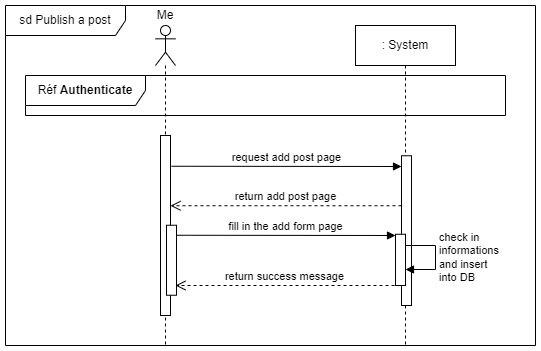
Above: UML_diagrams/Seq - Publish a post.drawio.png in David-Renard/OC-projet5 (draw.io), before the change. Source tidied: cells renumbered, new cells last; positions are measured from the earlier drawing's top-left corner, leaving out a move shared by most shapes. The source it was exported from:
```xml
<mxGraphModel>
  <root>
    <mxCell id="0" />
    <mxCell id="1" parent="0" />
    <mxCell id="2" value="sd Publish a post" style="shape=umlFrame;whiteSpace=wrap;html=1;width=120;height=30;" parent="1" vertex="1">
      <mxGeometry width="530" height="340" as="geometry" />
    </mxCell>
    <mxCell id="3" style="shape=umlLifeline;perimeter=lifelinePerimeter;whiteSpace=wrap;html=1;newEdgeStyle={&quot;edgeStyle&quot;:&quot;elbowEdgeStyle&quot;,&quot;elbow&quot;:&quot;vertical&quot;,&quot;curved&quot;:0,&quot;rounded&quot;:0};participant=umlActor;" parent="1" vertex="1">
      <mxGeometry x="150" y="20" width="20" height="320" as="geometry" />
    </mxCell>
    <mxCell id="4" style="html=1;perimeter=orthogonalPerimeter;targetShapes=umlLifeline;newEdgeStyle={&quot;edgeStyle&quot;:&quot;elbowEdgeStyle&quot;,&quot;elbow&quot;:&quot;vertical&quot;,&quot;curved&quot;:0,&quot;rounded&quot;:0};" parent="3" vertex="1">
      <mxGeometry x="5" y="110" width="10" height="180" as="geometry" />
    </mxCell>
    <mxCell id="5" value="Me" style="text;html=1;strokeColor=none;fillColor=none;align=center;verticalAlign=middle;whiteSpace=wrap;rounded=0;" parent="1" vertex="1">
      <mxGeometry x="130" width="60" height="20" as="geometry" />
    </mxCell>
    <mxCell id="6" value=": System" style="shape=umlLifeline;perimeter=lifelinePerimeter;whiteSpace=wrap;html=1;newEdgeStyle={&quot;edgeStyle&quot;:&quot;elbowEdgeStyle&quot;,&quot;elbow&quot;:&quot;vertical&quot;,&quot;curved&quot;:0,&quot;rounded&quot;:0};" parent="1" vertex="1">
      <mxGeometry x="350" y="20" width="100" height="320" as="geometry" />
    </mxCell>
    <mxCell id="7" value="fill in the add form page" style="html=1;verticalAlign=bottom;endArrow=block;edgeStyle=elbowEdgeStyle;elbow=vertical;curved=0;rounded=0;" parent="1" edge="1" target="13">
      <mxGeometry relative="1" as="geometry">
        <mxPoint x="170" y="229.8" as="sourcePoint" />
      </mxGeometry>
    </mxCell>
    <mxCell id="8" value="return add post page" style="html=1;verticalAlign=bottom;endArrow=open;dashed=1;endSize=8;edgeStyle=elbowEdgeStyle;elbow=vertical;curved=0;rounded=0;" parent="1" edge="1" source="10">
      <mxGeometry relative="1" as="geometry">
        <mxPoint x="165" y="200.2" as="targetPoint" />
        <Array as="points">
          <mxPoint x="400" y="200.2" />
        </Array>
      </mxGeometry>
    </mxCell>
    <mxCell id="9" value="request add post page" style="html=1;verticalAlign=bottom;endArrow=block;edgeStyle=elbowEdgeStyle;elbow=vertical;curved=0;rounded=0;" parent="1" edge="1" target="10">
      <mxGeometry relative="1" as="geometry">
        <mxPoint x="166" y="160.8" as="sourcePoint" />
      </mxGeometry>
    </mxCell>
    <mxCell id="10" style="html=1;points=[];perimeter=orthogonalPerimeter;outlineConnect=0;targetShapes=umlLifeline;portConstraint=eastwest;newEdgeStyle={&quot;edgeStyle&quot;:&quot;elbowEdgeStyle&quot;,&quot;elbow&quot;:&quot;vertical&quot;,&quot;curved&quot;:0,&quot;rounded&quot;:0};" parent="1" vertex="1">
      <mxGeometry x="396" y="150.2" width="10" height="149.8" as="geometry" />
    </mxCell>
    <mxCell id="11" style="html=1;perimeter=orthogonalPerimeter;targetShapes=umlLifeline;newEdgeStyle={&quot;edgeStyle&quot;:&quot;elbowEdgeStyle&quot;,&quot;elbow&quot;:&quot;vertical&quot;,&quot;curved&quot;:0,&quot;rounded&quot;:0};" parent="1" vertex="1">
      <mxGeometry x="161" y="219.8" width="10" height="70" as="geometry" />
    </mxCell>
    <mxCell id="12" value="return success message" style="html=1;verticalAlign=bottom;endArrow=open;dashed=1;endSize=8;edgeStyle=elbowEdgeStyle;elbow=vertical;curved=0;rounded=0;" parent="1" edge="1">
      <mxGeometry relative="1" as="geometry">
        <mxPoint x="389" y="280" as="sourcePoint" />
        <mxPoint x="170" y="280" as="targetPoint" />
      </mxGeometry>
    </mxCell>
    <mxCell id="13" style="html=1;points=[];perimeter=orthogonalPerimeter;outlineConnect=0;targetShapes=umlLifeline;portConstraint=eastwest;newEdgeStyle={&quot;edgeStyle&quot;:&quot;elbowEdgeStyle&quot;,&quot;elbow&quot;:&quot;vertical&quot;,&quot;curved&quot;:0,&quot;rounded&quot;:0};" parent="1" vertex="1">
      <mxGeometry x="390" y="228.8" width="10" height="51.2" as="geometry" />
    </mxCell>
    <mxCell id="14" value="check in &lt;br&gt;informations&lt;br&gt;and insert&lt;br&gt;into DB" style="html=1;align=left;spacingLeft=2;endArrow=block;rounded=0;edgeStyle=orthogonalEdgeStyle;curved=0;rounded=0;" parent="1" edge="1">
      <mxGeometry relative="1" as="geometry">
        <mxPoint x="400" y="240" as="sourcePoint" />
        <mxPoint x="400" y="264" as="targetPoint" />
        <Array as="points">
          <mxPoint x="430" y="240" />
          <mxPoint x="430" y="264" />
          <mxPoint x="400" y="264" />
        </Array>
      </mxGeometry>
    </mxCell>
    <mxCell id="15" value="Réf &lt;b&gt;Authenticate&lt;/b&gt;" style="shape=umlFrame;whiteSpace=wrap;html=1;width=120;height=30;" parent="1" vertex="1">
      <mxGeometry x="20" y="70" width="480" height="40" as="geometry" />
    </mxCell>
  </root>
</mxGraphModel>
```
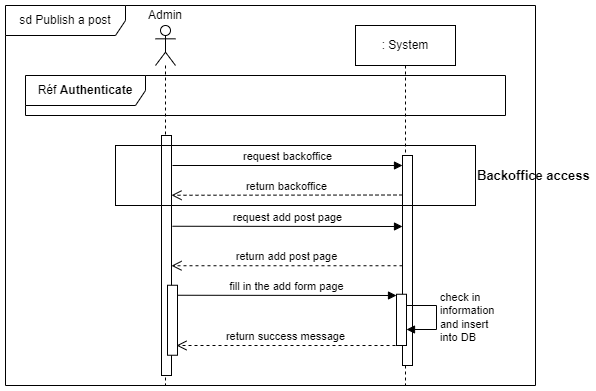
After the commit.

Diff of the diagram source:
```diff
@@ -3,66 +3,84 @@
     <mxCell id="0" />
     <mxCell id="1" parent="0" />
     <mxCell id="2" value="sd Publish a post" style="shape=umlFrame;whiteSpace=wrap;html=1;width=120;height=30;" parent="1" vertex="1">
-      <mxGeometry width="530" height="340" as="geometry" />
+      <mxGeometry width="530" height="380" as="geometry" />
     </mxCell>
     <mxCell id="3" style="shape=umlLifeline;perimeter=lifelinePerimeter;whiteSpace=wrap;html=1;newEdgeStyle={&quot;edgeStyle&quot;:&quot;elbowEdgeStyle&quot;,&quot;elbow&quot;:&quot;vertical&quot;,&quot;curved&quot;:0,&quot;rounded&quot;:0};participant=umlActor;" parent="1" vertex="1">
-      <mxGeometry x="150" y="20" width="20" height="320" as="geometry" />
+      <mxGeometry x="150" y="20" width="20" height="360" as="geometry" />
     </mxCell>
     <mxCell id="4" style="html=1;perimeter=orthogonalPerimeter;targetShapes=umlLifeline;newEdgeStyle={&quot;edgeStyle&quot;:&quot;elbowEdgeStyle&quot;,&quot;elbow&quot;:&quot;vertical&quot;,&quot;curved&quot;:0,&quot;rounded&quot;:0};" parent="3" vertex="1">
-      <mxGeometry x="5" y="110" width="10" height="180" as="geometry" />
+      <mxGeometry x="6" y="110" width="10" height="240" as="geometry" />
     </mxCell>
-    <mxCell id="5" value="Me" style="text;html=1;strokeColor=none;fillColor=none;align=center;verticalAlign=middle;whiteSpace=wrap;rounded=0;" parent="1" vertex="1">
+    <mxCell id="5" value="Admin" style="text;html=1;strokeColor=none;fillColor=none;align=center;verticalAlign=middle;whiteSpace=wrap;rounded=0;" parent="1" vertex="1">
       <mxGeometry x="130" width="60" height="20" as="geometry" />
     </mxCell>
     <mxCell id="6" value=": System" style="shape=umlLifeline;perimeter=lifelinePerimeter;whiteSpace=wrap;html=1;newEdgeStyle={&quot;edgeStyle&quot;:&quot;elbowEdgeStyle&quot;,&quot;elbow&quot;:&quot;vertical&quot;,&quot;curved&quot;:0,&quot;rounded&quot;:0};" parent="1" vertex="1">
-      <mxGeometry x="350" y="20" width="100" height="320" as="geometry" />
+      <mxGeometry x="350" y="20" width="100" height="360" as="geometry" />
     </mxCell>
     <mxCell id="7" value="fill in the add form page" style="html=1;verticalAlign=bottom;endArrow=block;edgeStyle=elbowEdgeStyle;elbow=vertical;curved=0;rounded=0;" parent="1" edge="1" target="13">
       <mxGeometry relative="1" as="geometry">
-        <mxPoint x="170" y="229.8" as="sourcePoint" />
+        <mxPoint x="171" y="289.8" as="sourcePoint" />
       </mxGeometry>
     </mxCell>
     <mxCell id="8" value="return add post page" style="html=1;verticalAlign=bottom;endArrow=open;dashed=1;endSize=8;edgeStyle=elbowEdgeStyle;elbow=vertical;curved=0;rounded=0;" parent="1" edge="1" source="10">
       <mxGeometry relative="1" as="geometry">
-        <mxPoint x="165" y="200.2" as="targetPoint" />
+        <mxPoint x="166" y="260.2" as="targetPoint" />
         <Array as="points">
-          <mxPoint x="400" y="200.2" />
+          <mxPoint x="401" y="260.2" />
         </Array>
       </mxGeometry>
     </mxCell>
     <mxCell id="9" value="request add post page" style="html=1;verticalAlign=bottom;endArrow=block;edgeStyle=elbowEdgeStyle;elbow=vertical;curved=0;rounded=0;" parent="1" edge="1" target="10">
       <mxGeometry relative="1" as="geometry">
-        <mxPoint x="166" y="160.8" as="sourcePoint" />
+        <mxPoint x="167" y="220.8" as="sourcePoint" />
       </mxGeometry>
     </mxCell>
     <mxCell id="10" style="html=1;points=[];perimeter=orthogonalPerimeter;outlineConnect=0;targetShapes=umlLifeline;portConstraint=eastwest;newEdgeStyle={&quot;edgeStyle&quot;:&quot;elbowEdgeStyle&quot;,&quot;elbow&quot;:&quot;vertical&quot;,&quot;curved&quot;:0,&quot;rounded&quot;:0};" parent="1" vertex="1">
-      <mxGeometry x="396" y="150.2" width="10" height="149.8" as="geometry" />
+      <mxGeometry x="397" y="150" width="10" height="210" as="geometry" />
     </mxCell>
     <mxCell id="11" style="html=1;perimeter=orthogonalPerimeter;targetShapes=umlLifeline;newEdgeStyle={&quot;edgeStyle&quot;:&quot;elbowEdgeStyle&quot;,&quot;elbow&quot;:&quot;vertical&quot;,&quot;curved&quot;:0,&quot;rounded&quot;:0};" parent="1" vertex="1">
-      <mxGeometry x="161" y="219.8" width="10" height="70" as="geometry" />
+      <mxGeometry x="162" y="279.8" width="10" height="70" as="geometry" />
     </mxCell>
     <mxCell id="12" value="return success message" style="html=1;verticalAlign=bottom;endArrow=open;dashed=1;endSize=8;edgeStyle=elbowEdgeStyle;elbow=vertical;curved=0;rounded=0;" parent="1" edge="1">
       <mxGeometry relative="1" as="geometry">
-        <mxPoint x="389" y="280" as="sourcePoint" />
-        <mxPoint x="170" y="280" as="targetPoint" />
+        <mxPoint x="390" y="340" as="sourcePoint" />
+        <mxPoint x="171" y="340" as="targetPoint" />
       </mxGeometry>
     </mxCell>
     <mxCell id="13" style="html=1;points=[];perimeter=orthogonalPerimeter;outlineConnect=0;targetShapes=umlLifeline;portConstraint=eastwest;newEdgeStyle={&quot;edgeStyle&quot;:&quot;elbowEdgeStyle&quot;,&quot;elbow&quot;:&quot;vertical&quot;,&quot;curved&quot;:0,&quot;rounded&quot;:0};" parent="1" vertex="1">
-      <mxGeometry x="390" y="228.8" width="10" height="51.2" as="geometry" />
+      <mxGeometry x="391" y="288.8" width="10" height="51.2" as="geometry" />
     </mxCell>
-    <mxCell id="14" value="check in &lt;br&gt;informations&lt;br&gt;and insert&lt;br&gt;into DB" style="html=1;align=left;spacingLeft=2;endArrow=block;rounded=0;edgeStyle=orthogonalEdgeStyle;curved=0;rounded=0;" parent="1" edge="1">
+    <mxCell id="14" value="check in &lt;br&gt;information&lt;br&gt;and insert&lt;br&gt;into DB" style="html=1;align=left;spacingLeft=2;endArrow=block;rounded=0;edgeStyle=orthogonalEdgeStyle;curved=0;rounded=0;" parent="1" edge="1">
       <mxGeometry relative="1" as="geometry">
-        <mxPoint x="400" y="240" as="sourcePoint" />
-        <mxPoint x="400" y="264" as="targetPoint" />
+        <mxPoint x="401" y="300" as="sourcePoint" />
+        <mxPoint x="401" y="324" as="targetPoint" />
         <Array as="points">
-          <mxPoint x="430" y="240" />
-          <mxPoint x="430" y="264" />
-          <mxPoint x="400" y="264" />
+          <mxPoint x="431" y="300" />
+          <mxPoint x="431" y="324" />
+          <mxPoint x="401" y="324" />
         </Array>
       </mxGeometry>
     </mxCell>
     <mxCell id="15" value="Réf &lt;b&gt;Authenticate&lt;/b&gt;" style="shape=umlFrame;whiteSpace=wrap;html=1;width=120;height=30;" parent="1" vertex="1">
       <mxGeometry x="20" y="70" width="480" height="40" as="geometry" />
     </mxCell>
+    <mxCell id="16" value="request backoffice" style="html=1;verticalAlign=bottom;endArrow=block;edgeStyle=elbowEdgeStyle;elbow=vertical;curved=0;rounded=0;" parent="1" edge="1">
+      <mxGeometry relative="1" as="geometry">
+        <mxPoint x="167" y="160" as="sourcePoint" />
+        <mxPoint x="397" y="160.2" as="targetPoint" />
+      </mxGeometry>
+    </mxCell>
+    <mxCell id="17" value="return backoffice" style="html=1;verticalAlign=bottom;endArrow=open;dashed=1;endSize=8;edgeStyle=elbowEdgeStyle;elbow=vertical;curved=0;rounded=0;" parent="1" edge="1">
+      <mxGeometry relative="1" as="geometry">
+        <mxPoint x="397" y="189.5" as="sourcePoint" />
+        <mxPoint x="166" y="189.8" as="targetPoint" />
+        <Array as="points">
+          <mxPoint x="401" y="189.8" />
+        </Array>
+      </mxGeometry>
+    </mxCell>
+    <mxCell id="18" value="Backoffice access" style="rounded=0;whiteSpace=wrap;html=1;fillColor=none;labelPosition=right;verticalLabelPosition=middle;align=left;verticalAlign=middle;fontStyle=1;fontSize=13;" parent="1" vertex="1">
+      <mxGeometry x="110" y="140" width="360" height="60" as="geometry" />
+    </mxCell>
   </root>
 </mxGraphModel>
```
